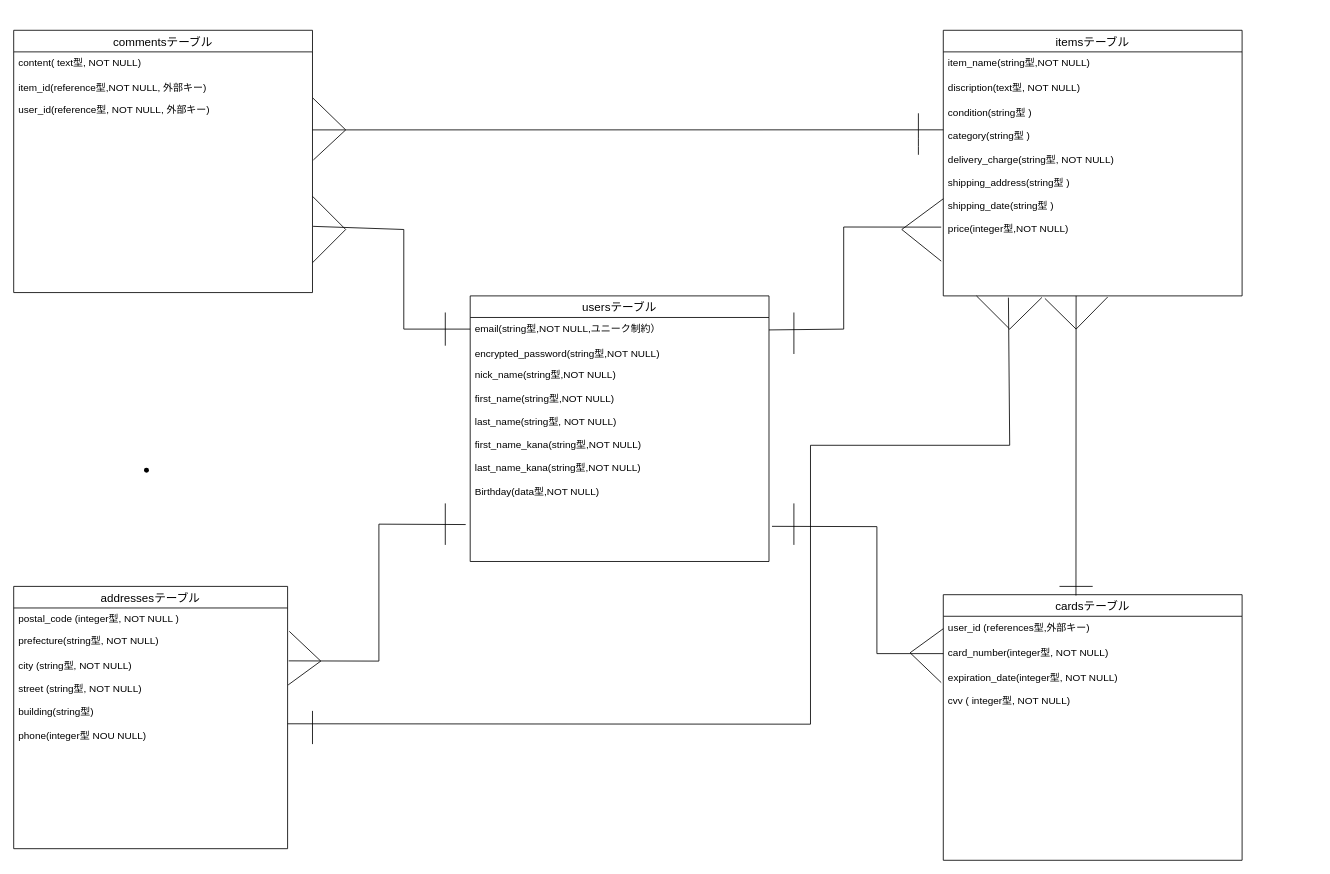
Before: furima.dio in sukonvu/furima-39117, a draw.io diagram. Source tidied: cells renumbered, new cells numbered last; positions are measured from the earlier drawing's top-left corner, leaving out a move shared by most shapes. Both pictures are drawn from the tidied source at 83%, with x=0, y=0 at pixel (13, 30).
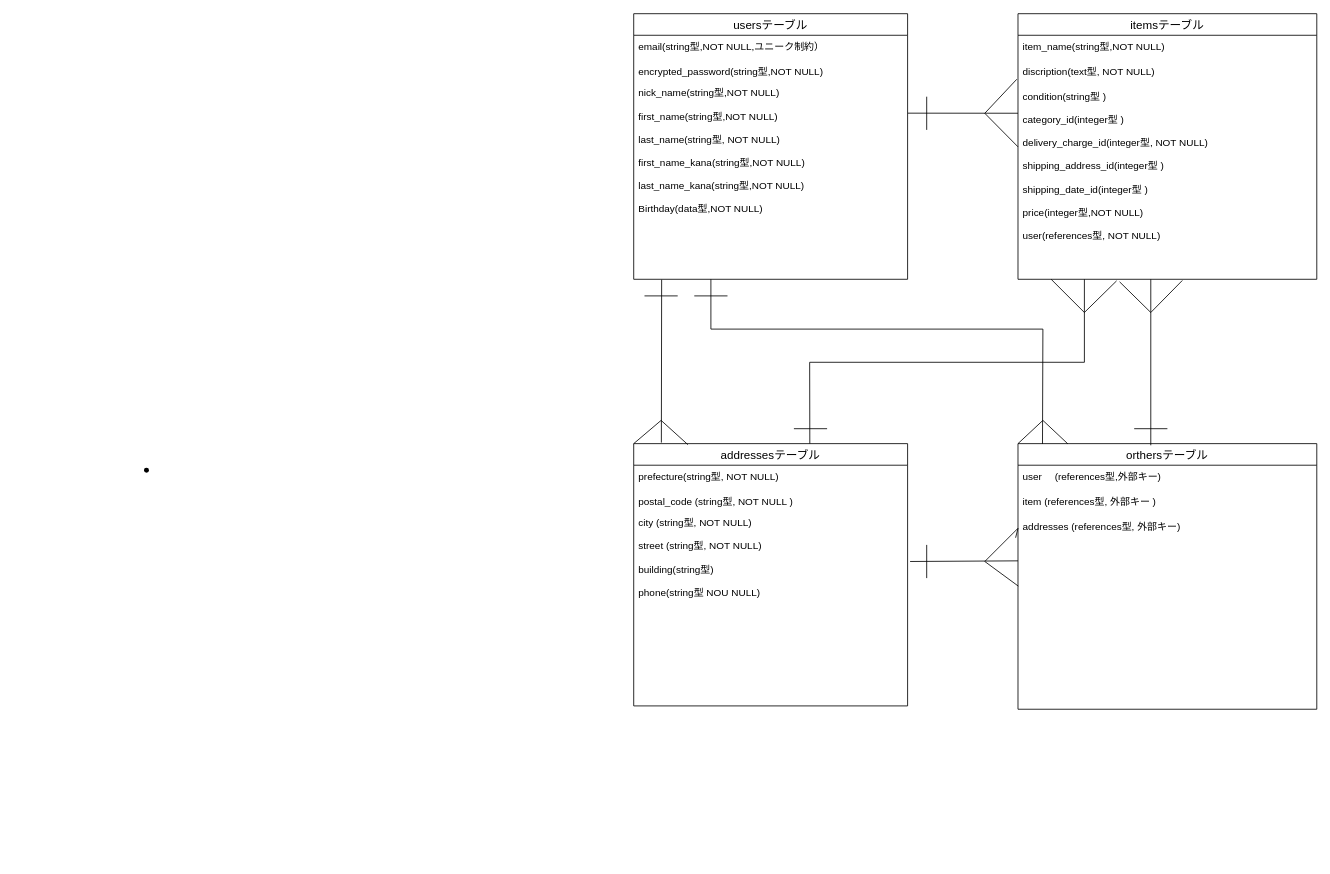
After the change.

Commit message (it also covers changes not shown here):
ER図、README設計図作成２

Unchanged cells that the change refers to:
```xml
<mxCell id="4" value="discription(text型, NOT NULL)&#10;" style="text;strokeColor=none;fillColor=none;spacingLeft=4;spacingRight=4;overflow=hidden;points=[[0,0.5],[1,0.5]];portConstraint=eastwest;fontSize=12;" parent="2" vertex="1">
  <mxGeometry y="56" width="360" height="30" as="geometry" />
</mxCell>
```

The edit, as a diff of the source:
```diff
@@
     <mxCell id="2" value="itemsテーブル" style="swimlane;fontStyle=0;horizontal=1;startSize=26;align=center;fontSize=14;" parent="1" vertex="1">
-      <mxGeometry x="1120" width="360" height="320" as="geometry" />
+      <mxGeometry x="1210" y="-20" width="360" height="320" as="geometry" />
     </mxCell>
@@
-    <mxCell id="5" value="condition(string型 )&#10;&#10;category(string型 )&#10;&#10;delivery_charge(string型, NOT NULL)&#10;&#10;shipping_address(string型 )&#10;&#10;shipping_date(string型 )&#10;&#10;price(integer型,NOT NULL)&#10;&#10;" style="text;strokeColor=none;fillColor=none;spacingLeft=4;spacingRight=4;overflow=hidden;points=[[0,0.5],[1,0.5]];portConstraint=eastwest;fontSize=12;" parent="2" vertex="1">
+    <mxCell id="5" value="condition(string型 )&#10;&#10;category_id(integer型 )&#10;&#10;delivery_charge_id(integer型, NOT NULL)&#10;&#10;shipping_address_id(integer型 )&#10;&#10;shipping_date_id(integer型 )&#10;&#10;price(integer型,NOT NULL)&#10;&#10;user(references型, NOT NULL)&#10;&#10;" style="text;strokeColor=none;fillColor=none;spacingLeft=4;spacingRight=4;overflow=hidden;points=[[0,0.5],[1,0.5]];portConstraint=eastwest;fontSize=12;" parent="2" vertex="1">
       <mxGeometry y="86" width="360" height="234" as="geometry" />
     </mxCell>
     <mxCell id="6" value="addressesテーブル" style="swimlane;fontStyle=0;horizontal=1;startSize=26;align=center;fontSize=14;" parent="1" vertex="1">
-      <mxGeometry y="670" width="330" height="316" as="geometry" />
+      <mxGeometry x="747" y="498" width="330" height="316" as="geometry" />
     </mxCell>
+    <mxCell id="8" value="prefecture(string型, NOT NULL)" style="text;strokeColor=none;fillColor=none;spacingLeft=4;spacingRight=4;overflow=hidden;points=[[0,0.5],[1,0.5]];portConstraint=eastwest;fontSize=12;" parent="6" vertex="1">
+      <mxGeometry y="26" width="330" height="30" as="geometry" />
+    </mxCell>
-    <mxCell id="7" value="postal_code (integer型, NOT NULL )" style="text;strokeColor=none;fillColor=none;spacingLeft=4;spacingRight=4;overflow=hidden;fontSize=12;" parent="6" vertex="1">
-      <mxGeometry y="26" width="330" height="26" as="geometry" />
+    <mxCell id="7" value="postal_code (string型, NOT NULL )" style="text;strokeColor=none;fillColor=none;spacingLeft=4;spacingRight=4;overflow=hidden;fontSize=12;" parent="6" vertex="1">
+      <mxGeometry y="56" width="330" height="26" as="geometry" />
     </mxCell>
-    <mxCell id="8" value="prefecture(string型, NOT NULL)" style="text;strokeColor=none;fillColor=none;spacingLeft=4;spacingRight=4;overflow=hidden;points=[[0,0.5],[1,0.5]];portConstraint=eastwest;fontSize=12;" parent="6" vertex="1">
-      <mxGeometry y="52" width="330" height="30" as="geometry" />
-    </mxCell>
-    <mxCell id="9" value="city (string型, NOT NULL)&#10;&#10;street (string型, NOT NULL)&#10;&#10;building(string型)&#10;&#10;phone(integer型 NOU NULL)&#10;&#10;&#10;&#10;" style="text;strokeColor=none;fillColor=none;spacingLeft=4;spacingRight=4;overflow=hidden;points=[[0,0.5],[1,0.5]];portConstraint=eastwest;fontSize=12;" parent="6" vertex="1">
+    <mxCell id="9" value="city (string型, NOT NULL)&#10;&#10;street (string型, NOT NULL)&#10;&#10;building(string型)&#10;&#10;phone(string型 NOU NULL)&#10;&#10;&#10;&#10;" style="text;strokeColor=none;fillColor=none;spacingLeft=4;spacingRight=4;overflow=hidden;points=[[0,0.5],[1,0.5]];portConstraint=eastwest;fontSize=12;" parent="6" vertex="1">
       <mxGeometry y="82" width="330" height="234" as="geometry" />
     </mxCell>
-    <mxCell id="10" value="cardsテーブル" style="swimlane;fontStyle=0;horizontal=1;startSize=26;align=center;fontSize=14;" parent="1" vertex="1">
-      <mxGeometry x="1120" y="680" width="360" height="320" as="geometry" />
+    <mxCell id="10" value="orthersテーブル" style="swimlane;fontStyle=0;horizontal=1;startSize=26;align=center;fontSize=14;" parent="1" vertex="1">
+      <mxGeometry x="1210" y="498" width="360" height="320" as="geometry" />
     </mxCell>
-    <mxCell id="11" value="user_id (references型,外部キー)" style="text;strokeColor=none;fillColor=none;spacingLeft=4;spacingRight=4;overflow=hidden;points=[[0,0.5],[1,0.5]];portConstraint=eastwest;fontSize=12;" parent="10" vertex="1">
+    <mxCell id="11" value="user　 (references型,外部キー)" style="text;strokeColor=none;fillColor=none;spacingLeft=4;spacingRight=4;overflow=hidden;points=[[0,0.5],[1,0.5]];portConstraint=eastwest;fontSize=12;" parent="10" vertex="1">
       <mxGeometry y="26" width="360" height="30" as="geometry" />
     </mxCell>
-    <mxCell id="12" value="card_number(integer型, NOT NULL)" style="text;strokeColor=none;fillColor=none;spacingLeft=4;spacingRight=4;overflow=hidden;points=[[0,0.5],[1,0.5]];portConstraint=eastwest;fontSize=12;" parent="10" vertex="1">
+    <mxCell id="12" value="item (references型, 外部キー )" style="text;strokeColor=none;fillColor=none;spacingLeft=4;spacingRight=4;overflow=hidden;points=[[0,0.5],[1,0.5]];portConstraint=eastwest;fontSize=12;" parent="10" vertex="1">
       <mxGeometry y="56" width="360" height="30" as="geometry" />
     </mxCell>
-    <mxCell id="13" value="expiration_date(integer型, NOT NULL)&#10;&#10;cvv ( integer型, NOT NULL)" style="text;strokeColor=none;fillColor=none;spacingLeft=4;spacingRight=4;overflow=hidden;points=[[0,0.5],[1,0.5]];portConstraint=eastwest;fontSize=12;" parent="10" vertex="1">
+    <mxCell id="13" value="addresses (references型, 外部キー)&#10;&#10;" style="text;strokeColor=none;fillColor=none;spacingLeft=4;spacingRight=4;overflow=hidden;points=[[0,0.5],[1,0.5]];portConstraint=eastwest;fontSize=12;" parent="10" vertex="1">
       <mxGeometry y="86" width="360" height="234" as="geometry" />
     </mxCell>
     <mxCell id="14" value="usersテーブル" style="swimlane;fontStyle=0;horizontal=1;startSize=26;align=center;fontSize=14;" parent="1" vertex="1">
-      <mxGeometry x="550" y="320" width="360" height="320" as="geometry" />
+      <mxGeometry x="747" y="-20" width="330" height="320" as="geometry" />
     </mxCell>
     <mxCell id="15" value="email(string型,NOT NULL,ユニーク制約）" style="text;strokeColor=none;fillColor=none;spacingLeft=4;spacingRight=4;overflow=hidden;points=[[0,0.5],[1,0.5]];portConstraint=eastwest;fontSize=12;fontStyle=0;" parent="14" vertex="1">
-      <mxGeometry y="26" width="360" height="30" as="geometry" />
+      <mxGeometry y="26" width="330" height="30" as="geometry" />
     </mxCell>
     <mxCell id="16" value="encrypted_password(string型,NOT NULL)&#10;" style="text;strokeColor=none;fillColor=none;spacingLeft=4;spacingRight=4;overflow=hidden;fontSize=12;" parent="14" vertex="1">
-      <mxGeometry y="56" width="360" height="26" as="geometry" />
+      <mxGeometry y="56" width="330" height="26" as="geometry" />
     </mxCell>
     <mxCell id="17" value="nick_name(string型,NOT NULL)&#10;&#10;first_name(string型,NOT NULL)&#10;&#10;last_name(string型, NOT NULL)&#10;&#10;first_name_kana(string型,NOT NULL)&#10;&#10;last_name_kana(string型,NOT NULL)&#10;&#10;Birthday(data型,NOT NULL)&#10;&#10;&#10;&#10;" style="text;strokeColor=none;fillColor=none;spacingLeft=4;spacingRight=4;overflow=hidden;points=[[0,0.5],[1,0.5]];portConstraint=eastwest;fontSize=12;" parent="14" vertex="1">
-      <mxGeometry y="82" width="360" height="238" as="geometry" />
+      <mxGeometry y="82" width="330" height="238" as="geometry" />
     </mxCell>
-    <mxCell id="18" value="commentsテーブル" style="swimlane;fontStyle=0;horizontal=1;startSize=26;align=center;fontSize=14;" parent="1" vertex="1">
-      <mxGeometry width="360" height="316" as="geometry" />
-    </mxCell>
-    <mxCell id="19" value="content( text型, NOT NULL)" style="text;strokeColor=none;fillColor=none;spacingLeft=4;spacingRight=4;overflow=hidden;fontSize=12;" parent="18" vertex="1">
-      <mxGeometry y="26" width="360" height="30" as="geometry" />
-    </mxCell>
-    <mxCell id="20" value="item_id(reference型,NOT NULL, 外部キー)" style="text;strokeColor=none;fillColor=none;spacingLeft=4;spacingRight=4;overflow=hidden;fontSize=12;" parent="18" vertex="1">
-      <mxGeometry y="56" width="360" height="26" as="geometry" />
-    </mxCell>
-    <mxCell id="21" value="user_id(reference型, NOT NULL, 外部キー)" style="text;strokeColor=none;fillColor=none;spacingLeft=4;spacingRight=4;overflow=hidden;points=[[0,0.5],[1,0.5]];portConstraint=eastwest;fontSize=12;" parent="18" vertex="1">
-      <mxGeometry y="82" width="360" height="234" as="geometry" />
-    </mxCell>
-    <mxCell id="22" style="endArrow=none;html=1;rounded=0;exitX=1.002;exitY=0.659;exitDx=0;exitDy=0;exitPerimeter=0;" parent="1" edge="1" source="21">
-      <mxGeometry relative="1" as="geometry">
-        <mxPoint x="550" y="360" as="targetPoint" />
-        <Array as="points">
-          <mxPoint x="470" y="240" />
-          <mxPoint x="470" y="360" />
-        </Array>
-      </mxGeometry>
-    </mxCell>
-    <mxCell id="23" style="endArrow=none;html=1;rounded=0;" parent="1" edge="1">
-      <mxGeometry relative="1" as="geometry">
-        <mxPoint x="520" y="380" as="sourcePoint" />
-        <mxPoint x="520" y="340" as="targetPoint" />
-      </mxGeometry>
-    </mxCell>
-    <mxCell id="24" style="endArrow=none;html=1;rounded=0;" parent="1" edge="1">
-      <mxGeometry relative="1" as="geometry">
-        <mxPoint x="360" y="200" as="sourcePoint" />
-        <mxPoint x="400" y="240" as="targetPoint" />
-      </mxGeometry>
-    </mxCell>
-    <mxCell id="25" style="endArrow=none;html=1;rounded=0;" parent="1" edge="1">
-      <mxGeometry relative="1" as="geometry">
-        <mxPoint x="360" y="280" as="sourcePoint" />
-        <mxPoint x="400" y="240" as="targetPoint" />
-      </mxGeometry>
-    </mxCell>
-    <mxCell id="26" style="endArrow=none;html=1;rounded=0;entryX=-0.007;entryY=0.646;entryDx=0;entryDy=0;entryPerimeter=0;exitX=1;exitY=0.5;exitDx=0;exitDy=0;" parent="1" edge="1" source="15" target="5">
-      <mxGeometry relative="1" as="geometry">
-        <Array as="points">
-          <mxPoint x="1000" y="360" />
-          <mxPoint x="1000" y="237" />
-        </Array>
-      </mxGeometry>
-    </mxCell>
-    <mxCell id="27" style="endArrow=none;html=1;rounded=0;" parent="1" edge="1">
-      <mxGeometry relative="1" as="geometry">
-        <mxPoint x="940" y="340" as="sourcePoint" />
-        <mxPoint x="940" y="390" as="targetPoint" />
-      </mxGeometry>
-    </mxCell>
-    <mxCell id="28" style="endArrow=none;html=1;rounded=0;entryX=0;entryY=0.5;entryDx=0;entryDy=0;" parent="1" edge="1" target="5">
+    <mxCell id="28" style="endArrow=none;html=1;rounded=0;entryX=-0.004;entryY=0.766;entryDx=0;entryDy=0;entryPerimeter=0;" parent="1" edge="1" target="4">
       <mxGeometry relative="1" as="geometry">
-        <mxPoint x="1070" y="240" as="sourcePoint" />
+        <mxPoint x="1170" y="100" as="sourcePoint" />
       </mxGeometry>
     </mxCell>
-    <mxCell id="29" style="endArrow=none;html=1;rounded=0;entryX=-0.007;entryY=0.821;entryDx=0;entryDy=0;entryPerimeter=0;" parent="1" edge="1" target="5">
+    <mxCell id="29" style="endArrow=none;html=1;rounded=0;entryX=0;entryY=0.318;entryDx=0;entryDy=0;entryPerimeter=0;" parent="1" edge="1" target="5">
       <mxGeometry relative="1" as="geometry">
-        <mxPoint x="1070" y="240" as="sourcePoint" />
+        <mxPoint x="1170" y="100" as="sourcePoint" />
       </mxGeometry>
     </mxCell>
-    <mxCell id="30" style="endArrow=none;html=1;rounded=0;exitX=1.004;exitY=0.033;exitDx=0;exitDy=0;exitPerimeter=0;entryX=-0.015;entryY=0.813;entryDx=0;entryDy=0;entryPerimeter=0;" parent="1" edge="1" source="9" target="17">
-      <mxGeometry relative="1" as="geometry">
-        <Array as="points">
-          <mxPoint x="440" y="760" />
-          <mxPoint x="440" y="595" />
-        </Array>
-      </mxGeometry>
-    </mxCell>
-    <mxCell id="31" style="endArrow=none;html=1;rounded=0;entryX=0;entryY=0.5;entryDx=0;entryDy=0;exitX=1.01;exitY=0.822;exitDx=0;exitDy=0;exitPerimeter=0;" parent="1" edge="1" source="17" target="12">
-      <mxGeometry relative="1" as="geometry">
-        <Array as="points">
-          <mxPoint x="1040" y="598" />
-          <mxPoint x="1040" y="751" />
-        </Array>
-      </mxGeometry>
-    </mxCell>
-    <mxCell id="32" style="endArrow=none;html=1;rounded=0;" parent="1" edge="1">
-      <mxGeometry relative="1" as="geometry">
-        <mxPoint x="520" y="570" as="sourcePoint" />
-        <mxPoint x="520" y="620" as="targetPoint" />
-      </mxGeometry>
-    </mxCell>
-    <mxCell id="33" style="endArrow=none;html=1;rounded=0;" parent="1" edge="1">
-      <mxGeometry relative="1" as="geometry">
-        <mxPoint x="940" y="570" as="sourcePoint" />
-        <mxPoint x="940" y="620" as="targetPoint" />
-      </mxGeometry>
-    </mxCell>
-    <mxCell id="34" style="endArrow=none;html=1;rounded=0;entryX=0;entryY=0.5;entryDx=0;entryDy=0;" parent="1" edge="1" target="11">
-      <mxGeometry relative="1" as="geometry">
-        <mxPoint x="1080" y="750" as="sourcePoint" />
-      </mxGeometry>
-    </mxCell>
-    <mxCell id="35" style="endArrow=none;html=1;rounded=0;entryX=-0.007;entryY=0.085;entryDx=0;entryDy=0;entryPerimeter=0;" parent="1" edge="1" target="13">
-      <mxGeometry relative="1" as="geometry">
-        <mxPoint x="1080" y="750" as="sourcePoint" />
-      </mxGeometry>
-    </mxCell>
-    <mxCell id="36" style="endArrow=none;html=1;rounded=0;exitX=1.006;exitY=0.071;exitDx=0;exitDy=0;exitPerimeter=0;" parent="1" edge="1" source="8">
-      <mxGeometry relative="1" as="geometry">
-        <mxPoint x="370" y="760" as="targetPoint" />
-      </mxGeometry>
-    </mxCell>
-    <mxCell id="37" style="endArrow=none;html=1;rounded=0;exitX=1.002;exitY=0.157;exitDx=0;exitDy=0;exitPerimeter=0;" parent="1" edge="1" source="9">
-      <mxGeometry relative="1" as="geometry">
-        <mxPoint x="370" y="760" as="targetPoint" />
-      </mxGeometry>
-    </mxCell>
-    <mxCell id="38" style="endArrow=none;html=1;rounded=0;exitX=1;exitY=0.357;exitDx=0;exitDy=0;exitPerimeter=0;entryX=0.218;entryY=1.009;entryDx=0;entryDy=0;entryPerimeter=0;" parent="1" edge="1" source="9" target="5">
-      <mxGeometry relative="1" as="geometry">
-        <Array as="points">
-          <mxPoint x="960" y="836" />
-          <mxPoint x="960" y="500" />
-          <mxPoint x="1200" y="500" />
-        </Array>
-      </mxGeometry>
-    </mxCell>
-    <mxCell id="39" style="endArrow=none;html=1;rounded=0;" parent="1" edge="1">
-      <mxGeometry relative="1" as="geometry">
-        <mxPoint x="360" y="820" as="sourcePoint" />
-        <mxPoint x="360" y="860" as="targetPoint" />
-      </mxGeometry>
-    </mxCell>
-    <mxCell id="40" style="endArrow=none;html=1;rounded=0;entryX=0.444;entryY=0.003;entryDx=0;entryDy=0;entryPerimeter=0;" parent="1" edge="1" target="10">
+    <mxCell id="40" style="endArrow=none;html=1;rounded=0;" parent="1" edge="1">
       <mxGeometry relative="1" as="geometry">
-        <mxPoint x="1280" y="320" as="sourcePoint" />
+        <mxPoint x="1370" y="300" as="sourcePoint" />
+        <mxPoint x="1370" y="500" as="targetPoint" />
       </mxGeometry>
     </mxCell>
     <mxCell id="41" style="endArrow=none;html=1;rounded=0;entryX=0.111;entryY=1;entryDx=0;entryDy=0;entryPerimeter=0;" parent="1" edge="1" target="5">
       <mxGeometry relative="1" as="geometry">
-        <mxPoint x="1200" y="360" as="sourcePoint" />
+        <mxPoint x="1290" y="340" as="sourcePoint" />
       </mxGeometry>
     </mxCell>
     <mxCell id="42" style="endArrow=none;html=1;rounded=0;entryX=0.33;entryY=1.008;entryDx=0;entryDy=0;entryPerimeter=0;" parent="1" edge="1" target="5">
       <mxGeometry relative="1" as="geometry">
-        <mxPoint x="1200" y="360" as="sourcePoint" />
+        <mxPoint x="1290" y="340" as="sourcePoint" />
       </mxGeometry>
     </mxCell>
     <mxCell id="43" style="endArrow=none;html=1;entryX=0.55;entryY=1.006;entryDx=0;entryDy=0;entryPerimeter=0;" parent="1" edge="1" target="5">
       <mxGeometry relative="1" as="geometry">
-        <mxPoint x="1280" y="360" as="sourcePoint" />
+        <mxPoint x="1370" y="340" as="sourcePoint" />
       </mxGeometry>
     </mxCell>
     <mxCell id="44" style="endArrow=none;html=1;entryX=0.34;entryY=1.013;entryDx=0;entryDy=0;entryPerimeter=0;" parent="1" edge="1" target="5">
       <mxGeometry relative="1" as="geometry">
-        <mxPoint x="1280" y="360" as="sourcePoint" />
+        <mxPoint x="1370" y="340" as="sourcePoint" />
       </mxGeometry>
     </mxCell>
     <mxCell id="45" style="endArrow=none;html=1;" parent="1" edge="1">
       <mxGeometry relative="1" as="geometry">
-        <mxPoint x="1260" y="670" as="sourcePoint" />
-        <mxPoint x="1300" y="670" as="targetPoint" />
+        <mxPoint x="1350" y="480" as="sourcePoint" />
+        <mxPoint x="1390" y="480" as="targetPoint" />
       </mxGeometry>
     </mxCell>
-    <mxCell id="46" style="endArrow=none;html=1;entryX=0;entryY=0.145;entryDx=0;entryDy=0;entryPerimeter=0;" parent="1" edge="1" target="5">
-      <mxGeometry relative="1" as="geometry">
-        <mxPoint x="360" y="120" as="sourcePoint" />
-      </mxGeometry>
-    </mxCell>
-    <mxCell id="47" style="endArrow=none;html=1;" parent="1" edge="1">
-      <mxGeometry relative="1" as="geometry">
-        <mxPoint x="1090" y="150" as="sourcePoint" />
-        <mxPoint x="1090" y="100" as="targetPoint" />
-        <Array as="points">
-          <mxPoint x="1090" y="130" />
-        </Array>
-      </mxGeometry>
-    </mxCell>
-    <mxCell id="48" style="endArrow=none;html=1;exitX=1.001;exitY=-0.002;exitDx=0;exitDy=0;exitPerimeter=0;" parent="1" edge="1" source="21">
-      <mxGeometry relative="1" as="geometry">
-        <mxPoint x="400" y="120" as="targetPoint" />
-      </mxGeometry>
-    </mxCell>
-    <mxCell id="49" style="endArrow=none;html=1;exitX=1.003;exitY=0.317;exitDx=0;exitDy=0;exitPerimeter=0;" parent="1" edge="1" source="21">
-      <mxGeometry relative="1" as="geometry">
-        <mxPoint x="400" y="120" as="targetPoint" />
-      </mxGeometry>
-    </mxCell>
@@
+    <mxCell id="51" style="endArrow=none;html=1;rounded=0;exitX=0.643;exitY=0;exitDx=0;exitDy=0;exitPerimeter=0;" parent="1" edge="1" source="6">
+      <mxGeometry relative="1" as="geometry">
+        <mxPoint x="1290" y="300" as="targetPoint" />
+        <Array as="points">
+          <mxPoint x="959" y="400" />
+          <mxPoint x="1290" y="400" />
+        </Array>
+      </mxGeometry>
+    </mxCell>
+    <mxCell id="52" style="endArrow=none;html=1;rounded=0;" parent="1" edge="1">
+      <mxGeometry relative="1" as="geometry">
+        <mxPoint x="940" y="480" as="sourcePoint" />
+        <mxPoint x="980" y="480" as="targetPoint" />
+      </mxGeometry>
+    </mxCell>
+    <mxCell id="53" style="endArrow=none;html=1;rounded=0;exitX=1.001;exitY=0.159;exitDx=0;exitDy=0;exitPerimeter=0;entryX=0;entryY=0.145;entryDx=0;entryDy=0;entryPerimeter=0;" parent="1" edge="1" source="17" target="5">
+      <mxGeometry relative="1" as="geometry" />
+    </mxCell>
+    <mxCell id="54" style="endArrow=none;html=1;rounded=0;" parent="1" edge="1">
+      <mxGeometry relative="1" as="geometry">
+        <mxPoint x="1100" y="80" as="sourcePoint" />
+        <mxPoint x="1100" y="120" as="targetPoint" />
+      </mxGeometry>
+    </mxCell>
+    <mxCell id="55" style="endArrow=none;html=1;rounded=0;entryX=0.082;entryY=0.001;entryDx=0;entryDy=0;entryPerimeter=0;" parent="1" edge="1" target="10">
+      <mxGeometry relative="1" as="geometry">
+        <mxPoint x="840" y="300" as="sourcePoint" />
+        <Array as="points">
+          <mxPoint x="840" y="360" />
+          <mxPoint x="1240" y="360" />
+        </Array>
+      </mxGeometry>
+    </mxCell>
+    <mxCell id="56" style="endArrow=none;html=1;rounded=0;" parent="1" edge="1">
+      <mxGeometry relative="1" as="geometry">
+        <mxPoint x="820" y="320" as="sourcePoint" />
+        <mxPoint x="860" y="320" as="targetPoint" />
+      </mxGeometry>
+    </mxCell>
+    <mxCell id="57" style="endArrow=none;html=1;rounded=0;exitX=0;exitY=0;exitDx=0;exitDy=0;" parent="1" edge="1" source="10">
+      <mxGeometry relative="1" as="geometry">
+        <mxPoint x="1240" y="470" as="targetPoint" />
+      </mxGeometry>
+    </mxCell>
+    <mxCell id="58" style="endArrow=none;html=1;rounded=0;entryX=0.167;entryY=0.001;entryDx=0;entryDy=0;entryPerimeter=0;" parent="1" edge="1" target="10">
+      <mxGeometry relative="1" as="geometry">
+        <mxPoint x="1240" y="470" as="sourcePoint" />
+      </mxGeometry>
+    </mxCell>
+    <mxCell id="59" style="endArrow=none;html=1;rounded=0;exitX=0.102;exitY=1.002;exitDx=0;exitDy=0;exitPerimeter=0;entryX=0.101;entryY=-0.004;entryDx=0;entryDy=0;entryPerimeter=0;" parent="1" edge="1" source="17" target="6">
+      <mxGeometry relative="1" as="geometry" />
+    </mxCell>
+    <mxCell id="60" style="endArrow=none;html=1;rounded=0;" parent="1" edge="1">
+      <mxGeometry relative="1" as="geometry">
+        <mxPoint x="760" y="320" as="sourcePoint" />
+        <mxPoint x="800" y="320" as="targetPoint" />
+      </mxGeometry>
+    </mxCell>
+    <mxCell id="61" style="endArrow=none;html=1;rounded=0;exitX=0;exitY=0;exitDx=0;exitDy=0;" parent="1" edge="1" source="6">
+      <mxGeometry relative="1" as="geometry">
+        <mxPoint x="780" y="470" as="targetPoint" />
+      </mxGeometry>
+    </mxCell>
+    <mxCell id="62" style="endArrow=none;html=1;rounded=0;entryX=0.198;entryY=0.004;entryDx=0;entryDy=0;entryPerimeter=0;" parent="1" edge="1" target="6">
+      <mxGeometry relative="1" as="geometry">
+        <mxPoint x="780" y="470" as="sourcePoint" />
+      </mxGeometry>
+    </mxCell>
+    <mxCell id="63" style="endArrow=none;html=1;rounded=0;entryX=0;entryY=0.236;entryDx=0;entryDy=0;entryPerimeter=0;" parent="1" edge="1" target="13">
+      <mxGeometry relative="1" as="geometry">
+        <mxPoint x="1080" y="640" as="sourcePoint" />
+      </mxGeometry>
+    </mxCell>
+    <mxCell id="64" style="endArrow=none;html=1;rounded=0;" parent="1" edge="1">
+      <mxGeometry relative="1" as="geometry">
+        <mxPoint x="1100" y="620" as="sourcePoint" />
+        <mxPoint x="1100" y="660" as="targetPoint" />
+      </mxGeometry>
+    </mxCell>
+    <mxCell id="65" style="endArrow=none;html=1;rounded=0;entryX=-0.008;entryY=0.117;entryDx=0;entryDy=0;entryPerimeter=0;" parent="1" edge="1" target="13">
+      <mxGeometry relative="1" as="geometry">
+        <mxPoint x="1170" y="640" as="sourcePoint" />
+        <Array as="points">
+          <mxPoint x="1210" y="600" />
+        </Array>
+      </mxGeometry>
+    </mxCell>
+    <mxCell id="66" style="endArrow=none;html=1;rounded=0;entryX=0.001;entryY=0.366;entryDx=0;entryDy=0;entryPerimeter=0;" parent="1" edge="1" target="13">
+      <mxGeometry relative="1" as="geometry">
+        <mxPoint x="1170" y="640" as="sourcePoint" />
+      </mxGeometry>
+    </mxCell>
```
